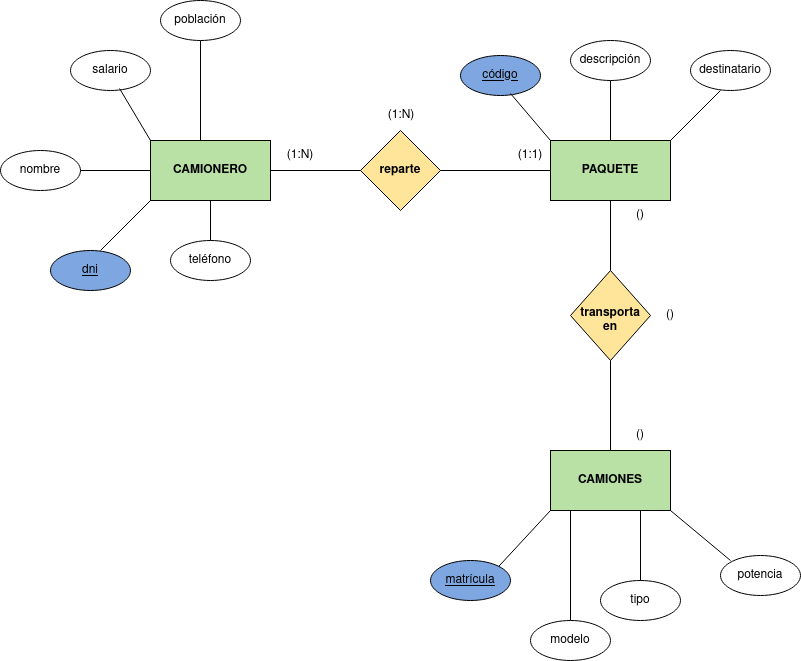
This is Unidad-2/Tareas/Sistema_Reparto.drawio.png from edumel20/base-datos, a draw.io export, as it was before one commit. Source tidied: cells renumbered, new cells last; positions are measured from the earlier drawing's top-left corner, leaving out a move shared by most shapes. Source of this version:
```xml
<mxGraphModel>
  <root>
    <mxCell id="0" />
    <mxCell id="1" parent="0" />
    <mxCell id="2" style="rounded=0;whiteSpace=wrap;html=1;fillColor=#B9E0A5;" parent="1" vertex="1">
      <mxGeometry x="150" y="140" width="120" height="60" as="geometry" />
    </mxCell>
    <mxCell id="3" style="rounded=0;whiteSpace=wrap;html=1;fillColor=#B9E0A5;" parent="1" vertex="1">
      <mxGeometry x="550" y="140" width="120" height="60" as="geometry" />
    </mxCell>
    <mxCell id="4" style="rounded=0;whiteSpace=wrap;html=1;fillColor=#B9E0A5;" parent="1" vertex="1">
      <mxGeometry x="550" y="450" width="120" height="60" as="geometry" />
    </mxCell>
    <mxCell id="5" style="rhombus;whiteSpace=wrap;html=1;fillColor=#FFE599;" parent="1" vertex="1">
      <mxGeometry x="360" y="130" width="80" height="80" as="geometry" />
    </mxCell>
    <mxCell id="6" style="rhombus;whiteSpace=wrap;html=1;fillColor=#FFE599;" parent="1" vertex="1">
      <mxGeometry x="570" y="270" width="80" height="90" as="geometry" />
    </mxCell>
    <mxCell id="7" style="endArrow=none;html=1;rounded=0;entryX=0;entryY=0.5;entryDx=0;entryDy=0;" parent="1" edge="1" target="5">
      <mxGeometry relative="1" as="geometry">
        <mxPoint x="270" y="170" as="sourcePoint" />
      </mxGeometry>
    </mxCell>
    <mxCell id="8" style="endArrow=none;html=1;rounded=0;entryX=0;entryY=0.5;entryDx=0;entryDy=0;" parent="1" edge="1" target="3">
      <mxGeometry relative="1" as="geometry">
        <mxPoint x="440" y="170" as="sourcePoint" />
      </mxGeometry>
    </mxCell>
    <mxCell id="9" style="endArrow=none;html=1;rounded=0;exitX=0.5;exitY=0;exitDx=0;exitDy=0;" parent="1" edge="1" source="6">
      <mxGeometry relative="1" as="geometry">
        <mxPoint x="610" y="200" as="targetPoint" />
      </mxGeometry>
    </mxCell>
    <mxCell id="10" style="endArrow=none;html=1;rounded=0;exitX=0.5;exitY=0;exitDx=0;exitDy=0;" parent="1" edge="1" source="4">
      <mxGeometry relative="1" as="geometry">
        <mxPoint x="610" y="360" as="targetPoint" />
      </mxGeometry>
    </mxCell>
    <mxCell id="11" value="&lt;b&gt;CAMIONERO&lt;/b&gt;" style="text;html=1;strokeColor=none;fillColor=none;align=center;verticalAlign=middle;whiteSpace=wrap;rounded=0;" parent="1" vertex="1">
      <mxGeometry x="180" y="155" width="60" height="30" as="geometry" />
    </mxCell>
    <mxCell id="12" value="&lt;b&gt;reparte&lt;/b&gt;" style="text;html=1;strokeColor=none;fillColor=none;align=center;verticalAlign=middle;whiteSpace=wrap;rounded=0;" parent="1" vertex="1">
      <mxGeometry x="370" y="155" width="60" height="30" as="geometry" />
    </mxCell>
    <mxCell id="13" value="PAQUETE" style="text;html=1;strokeColor=none;fillColor=none;align=center;verticalAlign=middle;whiteSpace=wrap;rounded=0;fontStyle=1;" parent="1" vertex="1">
      <mxGeometry x="580" y="155" width="60" height="30" as="geometry" />
    </mxCell>
    <mxCell id="14" value="transporta en" style="text;html=1;strokeColor=none;fillColor=none;align=center;verticalAlign=middle;whiteSpace=wrap;rounded=0;fontStyle=1;" parent="1" vertex="1">
      <mxGeometry x="580" y="305" width="60" height="30" as="geometry" />
    </mxCell>
    <mxCell id="15" value="&lt;b&gt;CAMIONES&lt;/b&gt;" style="text;html=1;strokeColor=none;fillColor=none;align=center;verticalAlign=middle;whiteSpace=wrap;rounded=0;" parent="1" vertex="1">
      <mxGeometry x="580" y="465" width="60" height="30" as="geometry" />
    </mxCell>
    <mxCell id="16" style="ellipse;whiteSpace=wrap;html=1;" parent="1" vertex="1">
      <mxGeometry x="70" y="50" width="80" height="40" as="geometry" />
    </mxCell>
    <mxCell id="17" style="ellipse;whiteSpace=wrap;html=1;" parent="1" vertex="1">
      <mxGeometry x="160" width="80" height="40" as="geometry" />
    </mxCell>
    <mxCell id="18" style="ellipse;whiteSpace=wrap;html=1;fillColor=#7EA6E0;" parent="1" vertex="1">
      <mxGeometry x="50" y="250" width="80" height="40" as="geometry" />
    </mxCell>
    <mxCell id="19" style="ellipse;whiteSpace=wrap;html=1;" parent="1" vertex="1">
      <mxGeometry y="150" width="80" height="40" as="geometry" />
    </mxCell>
    <mxCell id="20" style="ellipse;whiteSpace=wrap;html=1;" parent="1" vertex="1">
      <mxGeometry x="170" y="240" width="80" height="40" as="geometry" />
    </mxCell>
    <mxCell id="21" style="endArrow=none;html=1;rounded=0;entryX=0.613;entryY=0.95;entryDx=0;entryDy=0;entryPerimeter=0;" parent="1" edge="1" target="16">
      <mxGeometry relative="1" as="geometry">
        <mxPoint x="150" y="140" as="sourcePoint" />
      </mxGeometry>
    </mxCell>
    <mxCell id="22" value="salario" style="text;html=1;strokeColor=none;fillColor=none;align=center;verticalAlign=middle;whiteSpace=wrap;rounded=0;" parent="1" vertex="1">
      <mxGeometry x="80" y="55" width="60" height="30" as="geometry" />
    </mxCell>
    <mxCell id="23" style="endArrow=none;html=1;rounded=0;" parent="1" edge="1">
      <mxGeometry relative="1" as="geometry">
        <mxPoint x="200" y="140" as="sourcePoint" />
        <mxPoint x="200" y="40" as="targetPoint" />
      </mxGeometry>
    </mxCell>
    <mxCell id="24" value="población" style="text;html=1;strokeColor=none;fillColor=none;align=center;verticalAlign=middle;whiteSpace=wrap;rounded=0;" parent="1" vertex="1">
      <mxGeometry x="170" y="5" width="60" height="30" as="geometry" />
    </mxCell>
    <mxCell id="25" style="endArrow=none;html=1;rounded=0;" parent="1" edge="1">
      <mxGeometry relative="1" as="geometry">
        <mxPoint x="100" y="250" as="sourcePoint" />
        <mxPoint x="150" y="200" as="targetPoint" />
      </mxGeometry>
    </mxCell>
    <mxCell id="26" value="&lt;u&gt;dni&lt;/u&gt;" style="text;html=1;strokeColor=none;fillColor=none;align=center;verticalAlign=middle;whiteSpace=wrap;rounded=0;" parent="1" vertex="1">
      <mxGeometry x="60" y="255" width="60" height="30" as="geometry" />
    </mxCell>
    <mxCell id="27" style="endArrow=none;html=1;rounded=0;" parent="1" edge="1">
      <mxGeometry relative="1" as="geometry">
        <mxPoint x="80" y="170" as="sourcePoint" />
        <mxPoint x="150" y="170" as="targetPoint" />
      </mxGeometry>
    </mxCell>
    <mxCell id="28" value="nombre" style="text;html=1;strokeColor=none;fillColor=none;align=center;verticalAlign=middle;whiteSpace=wrap;rounded=0;" parent="1" vertex="1">
      <mxGeometry x="10" y="155" width="60" height="30" as="geometry" />
    </mxCell>
    <mxCell id="29" style="endArrow=none;html=1;rounded=0;" parent="1" edge="1">
      <mxGeometry relative="1" as="geometry">
        <mxPoint x="210" y="240" as="sourcePoint" />
        <mxPoint x="210" y="200" as="targetPoint" />
      </mxGeometry>
    </mxCell>
    <mxCell id="30" value="teléfono" style="text;html=1;strokeColor=none;fillColor=none;align=center;verticalAlign=middle;whiteSpace=wrap;rounded=0;" parent="1" vertex="1">
      <mxGeometry x="180" y="245" width="60" height="30" as="geometry" />
    </mxCell>
    <mxCell id="31" style="ellipse;whiteSpace=wrap;html=1;fillColor=#7EA6E0;" parent="1" vertex="1">
      <mxGeometry x="460" y="55" width="80" height="40" as="geometry" />
    </mxCell>
    <mxCell id="32" style="ellipse;whiteSpace=wrap;html=1;" parent="1" vertex="1">
      <mxGeometry x="570" y="40" width="80" height="40" as="geometry" />
    </mxCell>
    <mxCell id="33" style="ellipse;whiteSpace=wrap;html=1;" parent="1" vertex="1">
      <mxGeometry x="690" y="50" width="80" height="40" as="geometry" />
    </mxCell>
    <mxCell id="34" style="endArrow=none;html=1;rounded=0;entryX=0.625;entryY=0.95;entryDx=0;entryDy=0;entryPerimeter=0;" parent="1" edge="1" target="31">
      <mxGeometry relative="1" as="geometry">
        <mxPoint x="550" y="140" as="sourcePoint" />
      </mxGeometry>
    </mxCell>
    <mxCell id="35" style="endArrow=none;html=1;rounded=0;entryX=0.5;entryY=1;entryDx=0;entryDy=0;exitX=0.5;exitY=0;exitDx=0;exitDy=0;" parent="1" edge="1" source="3" target="32">
      <mxGeometry relative="1" as="geometry" />
    </mxCell>
    <mxCell id="36" style="endArrow=none;html=1;rounded=0;" parent="1" edge="1">
      <mxGeometry relative="1" as="geometry">
        <mxPoint x="670" y="140" as="sourcePoint" />
        <mxPoint x="720" y="90" as="targetPoint" />
      </mxGeometry>
    </mxCell>
    <mxCell id="37" value="&lt;u&gt;código&lt;/u&gt;" style="text;html=1;strokeColor=none;fillColor=none;align=center;verticalAlign=middle;whiteSpace=wrap;rounded=0;" parent="1" vertex="1">
      <mxGeometry x="470" y="60" width="60" height="30" as="geometry" />
    </mxCell>
    <mxCell id="38" value="descripción" style="text;html=1;strokeColor=none;fillColor=none;align=center;verticalAlign=middle;whiteSpace=wrap;rounded=0;" parent="1" vertex="1">
      <mxGeometry x="580" y="45" width="60" height="30" as="geometry" />
    </mxCell>
    <mxCell id="39" value="destinatario" style="text;html=1;strokeColor=none;fillColor=none;align=center;verticalAlign=middle;whiteSpace=wrap;rounded=0;" parent="1" vertex="1">
      <mxGeometry x="700" y="55" width="60" height="30" as="geometry" />
    </mxCell>
    <mxCell id="40" style="ellipse;whiteSpace=wrap;html=1;" parent="1" vertex="1">
      <mxGeometry x="600" y="580" width="80" height="40" as="geometry" />
    </mxCell>
    <mxCell id="41" style="ellipse;whiteSpace=wrap;html=1;" parent="1" vertex="1">
      <mxGeometry x="530" y="620" width="80" height="40" as="geometry" />
    </mxCell>
    <mxCell id="42" style="ellipse;whiteSpace=wrap;html=1;" parent="1" vertex="1">
      <mxGeometry x="720" y="555" width="80" height="40" as="geometry" />
    </mxCell>
    <mxCell id="43" style="ellipse;whiteSpace=wrap;html=1;fillColor=#7EA6E0;" parent="1" vertex="1">
      <mxGeometry x="430" y="560" width="80" height="40" as="geometry" />
    </mxCell>
    <mxCell id="44" style="endArrow=none;html=1;rounded=0;exitX=1;exitY=0;exitDx=0;exitDy=0;" parent="1" edge="1" source="43">
      <mxGeometry relative="1" as="geometry">
        <mxPoint x="550" y="510" as="targetPoint" />
      </mxGeometry>
    </mxCell>
    <mxCell id="45" value="&lt;u&gt;matrícula&lt;/u&gt;" style="text;html=1;strokeColor=none;fillColor=none;align=center;verticalAlign=middle;whiteSpace=wrap;rounded=0;" parent="1" vertex="1">
      <mxGeometry x="440" y="565" width="60" height="30" as="geometry" />
    </mxCell>
    <mxCell id="46" style="endArrow=none;html=1;rounded=0;exitX=0.5;exitY=0;exitDx=0;exitDy=0;" parent="1" edge="1" source="41">
      <mxGeometry relative="1" as="geometry">
        <mxPoint x="570" y="510" as="targetPoint" />
      </mxGeometry>
    </mxCell>
    <mxCell id="47" style="endArrow=none;html=1;rounded=0;" parent="1" edge="1">
      <mxGeometry relative="1" as="geometry">
        <mxPoint x="640" y="580" as="sourcePoint" />
        <mxPoint x="640" y="510" as="targetPoint" />
      </mxGeometry>
    </mxCell>
    <mxCell id="48" style="endArrow=none;html=1;rounded=0;" parent="1" edge="1">
      <mxGeometry relative="1" as="geometry">
        <mxPoint x="730" y="560" as="sourcePoint" />
        <mxPoint x="670" y="510" as="targetPoint" />
      </mxGeometry>
    </mxCell>
    <mxCell id="49" value="modelo" style="text;html=1;strokeColor=none;fillColor=none;align=center;verticalAlign=middle;whiteSpace=wrap;rounded=0;" parent="1" vertex="1">
      <mxGeometry x="540" y="625" width="60" height="30" as="geometry" />
    </mxCell>
    <mxCell id="50" value="tipo" style="text;html=1;strokeColor=none;fillColor=none;align=center;verticalAlign=middle;whiteSpace=wrap;rounded=0;" parent="1" vertex="1">
      <mxGeometry x="610" y="585" width="60" height="30" as="geometry" />
    </mxCell>
    <mxCell id="51" value="potencia" style="text;html=1;strokeColor=none;fillColor=none;align=center;verticalAlign=middle;whiteSpace=wrap;rounded=0;" parent="1" vertex="1">
      <mxGeometry x="730" y="560" width="60" height="30" as="geometry" />
    </mxCell>
    <mxCell id="52" value="(1:N)" style="text;html=1;strokeColor=none;fillColor=none;align=center;verticalAlign=middle;whiteSpace=wrap;rounded=0;" parent="1" vertex="1">
      <mxGeometry x="270" y="140" width="60" height="30" as="geometry" />
    </mxCell>
    <mxCell id="53" value="(1:N)" style="text;html=1;strokeColor=none;fillColor=none;align=center;verticalAlign=middle;whiteSpace=wrap;rounded=0;" parent="1" vertex="1">
      <mxGeometry x="371" y="100" width="60" height="30" as="geometry" />
    </mxCell>
    <mxCell id="54" value="(1:1)" style="text;html=1;strokeColor=none;fillColor=none;align=center;verticalAlign=middle;whiteSpace=wrap;rounded=0;" parent="1" vertex="1">
      <mxGeometry x="500" y="140" width="60" height="30" as="geometry" />
    </mxCell>
    <mxCell id="55" value="()" style="text;html=1;strokeColor=none;fillColor=none;align=center;verticalAlign=middle;whiteSpace=wrap;rounded=0;" parent="1" vertex="1">
      <mxGeometry x="610" y="200" width="60" height="30" as="geometry" />
    </mxCell>
    <mxCell id="56" value="()" style="text;html=1;strokeColor=none;fillColor=none;align=center;verticalAlign=middle;whiteSpace=wrap;rounded=0;" parent="1" vertex="1">
      <mxGeometry x="640" y="300" width="60" height="30" as="geometry" />
    </mxCell>
    <mxCell id="57" value="()" style="text;html=1;strokeColor=none;fillColor=none;align=center;verticalAlign=middle;whiteSpace=wrap;rounded=0;" parent="1" vertex="1">
      <mxGeometry x="610" y="420" width="60" height="30" as="geometry" />
    </mxCell>
  </root>
</mxGraphModel>
```
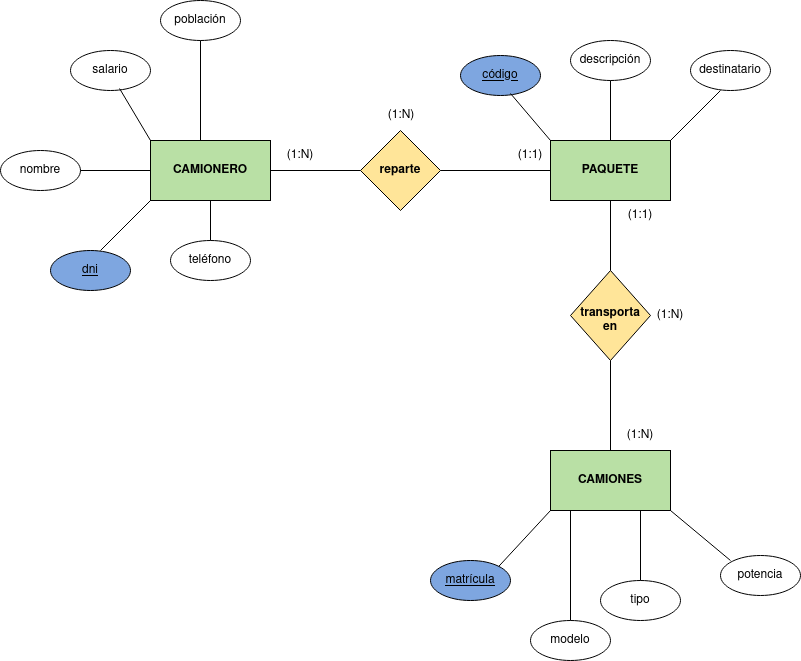
After the commit.

The edit, as a diff of the source:
```diff
@@ -198,13 +198,13 @@
     <mxCell id="54" value="(1:1)" style="text;html=1;strokeColor=none;fillColor=none;align=center;verticalAlign=middle;whiteSpace=wrap;rounded=0;" parent="1" vertex="1">
       <mxGeometry x="500" y="140" width="60" height="30" as="geometry" />
     </mxCell>
-    <mxCell id="55" value="()" style="text;html=1;strokeColor=none;fillColor=none;align=center;verticalAlign=middle;whiteSpace=wrap;rounded=0;" parent="1" vertex="1">
+    <mxCell id="55" value="(1:1)" style="text;html=1;strokeColor=none;fillColor=none;align=center;verticalAlign=middle;whiteSpace=wrap;rounded=0;" parent="1" vertex="1">
       <mxGeometry x="610" y="200" width="60" height="30" as="geometry" />
     </mxCell>
-    <mxCell id="56" value="()" style="text;html=1;strokeColor=none;fillColor=none;align=center;verticalAlign=middle;whiteSpace=wrap;rounded=0;" parent="1" vertex="1">
+    <mxCell id="56" value="(1:N)" style="text;html=1;strokeColor=none;fillColor=none;align=center;verticalAlign=middle;whiteSpace=wrap;rounded=0;" parent="1" vertex="1">
       <mxGeometry x="640" y="300" width="60" height="30" as="geometry" />
     </mxCell>
-    <mxCell id="57" value="()" style="text;html=1;strokeColor=none;fillColor=none;align=center;verticalAlign=middle;whiteSpace=wrap;rounded=0;" parent="1" vertex="1">
+    <mxCell id="57" value="(1:N)" style="text;html=1;strokeColor=none;fillColor=none;align=center;verticalAlign=middle;whiteSpace=wrap;rounded=0;" parent="1" vertex="1">
       <mxGeometry x="610" y="420" width="60" height="30" as="geometry" />
     </mxCell>
   </root>
```
